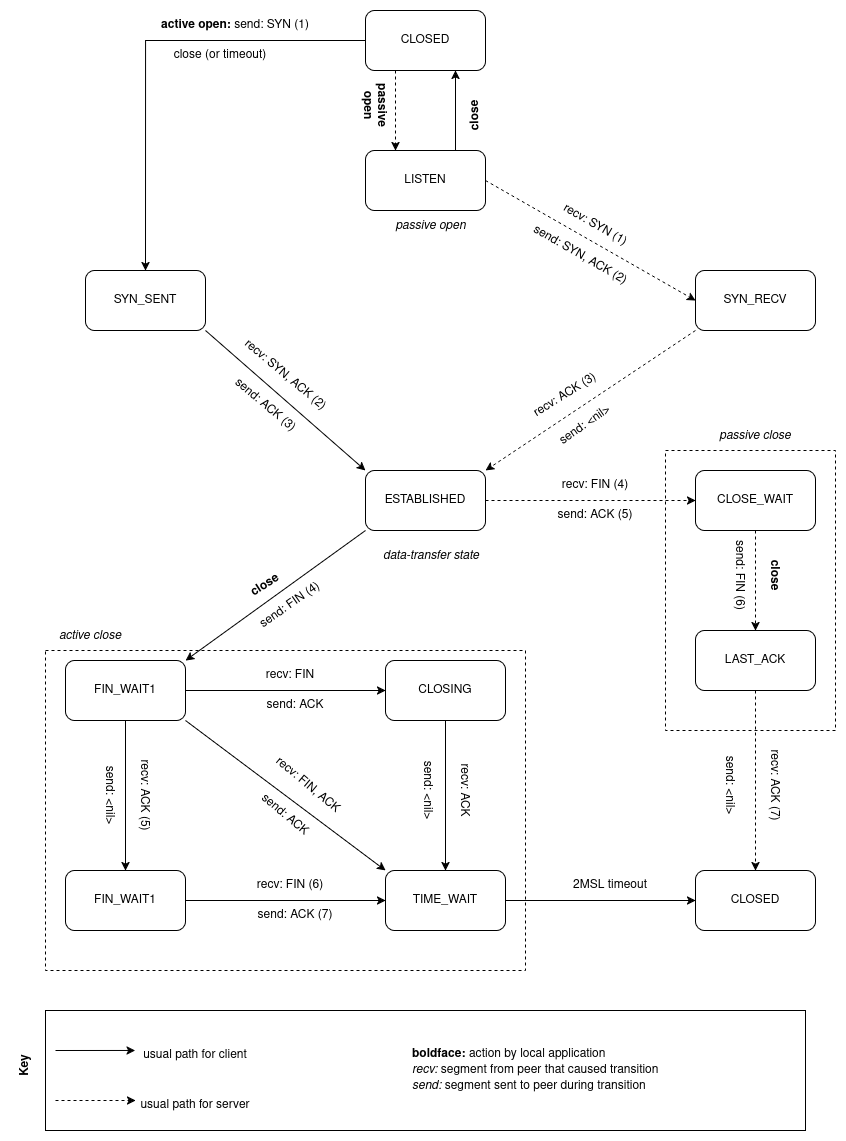
The draw.io diagram docs/assets/tcp_sm.drawio.png in da0p/GithubPage, before a commit. Source tidied: cells renumbered, new cells last; positions are measured from the earlier drawing's top-left corner, leaving out a move shared by most shapes.
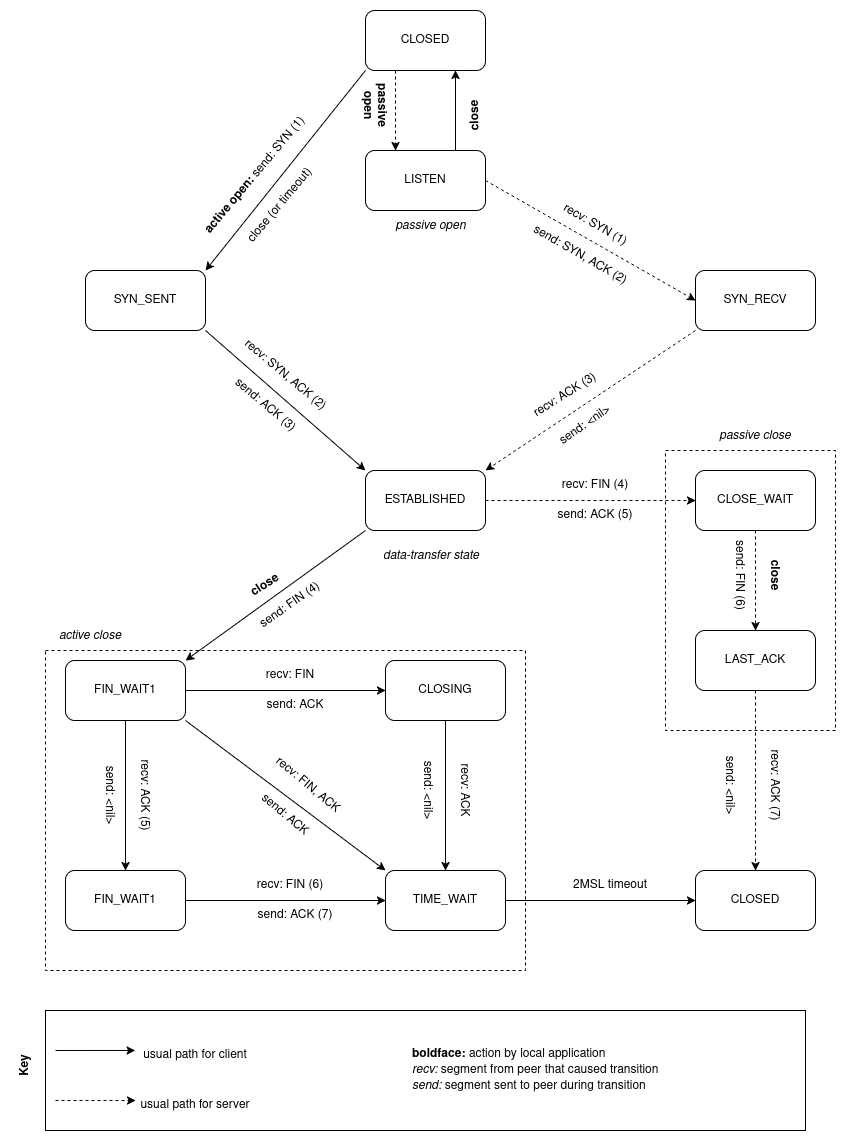
The same diagram one commit later.

What changed in the source:
```diff
@@ -5,9 +5,6 @@
     <mxCell id="2" style="rounded=0;whiteSpace=wrap;html=1;dashed=1;" parent="1" vertex="1">
       <mxGeometry x="670" y="440" width="170" height="280" as="geometry" />
     </mxCell>
-    <mxCell id="3" style="edgeStyle=orthogonalEdgeStyle;rounded=0;jettySize=auto;html=1;exitX=0;exitY=0.5;exitDx=0;exitDy=0;entryX=0.5;entryY=0;entryDx=0;entryDy=0;" parent="1" edge="1" source="5" target="6">
-      <mxGeometry relative="1" as="geometry" />
-    </mxCell>
     <mxCell id="4" style="edgeStyle=orthogonalEdgeStyle;rounded=0;jettySize=auto;html=1;exitX=0.25;exitY=1;exitDx=0;exitDy=0;entryX=0.25;entryY=0;entryDx=0;entryDy=0;dashed=1;" parent="1" edge="1" source="5" target="11">
       <mxGeometry relative="1" as="geometry" />
     </mxCell>
@@ -20,11 +17,11 @@
     <mxCell id="7" value="SYN_RECV" style="rounded=1;whiteSpace=wrap;html=1;" parent="1" vertex="1">
       <mxGeometry x="700" y="260" width="120" height="60" as="geometry" />
     </mxCell>
-    <mxCell id="8" value="&lt;b&gt;active open:&amp;nbsp;&lt;/b&gt;send: SYN (1)" style="text;html=1;align=center;verticalAlign=middle;whiteSpace=wrap;rounded=0;" parent="1" vertex="1">
-      <mxGeometry x="160" width="160" height="30" as="geometry" />
+    <mxCell id="8" value="&lt;b&gt;active open:&amp;nbsp;&lt;/b&gt;send: SYN (1)" style="text;html=1;align=center;verticalAlign=middle;whiteSpace=wrap;rounded=0;rotation=-50;" parent="1" vertex="1">
+      <mxGeometry x="180" y="150" width="160" height="30" as="geometry" />
     </mxCell>
-    <mxCell id="9" value="close (or timeout)" style="text;html=1;align=center;verticalAlign=middle;whiteSpace=wrap;rounded=0;" parent="1" vertex="1">
-      <mxGeometry x="160" y="30" width="130" height="30" as="geometry" />
+    <mxCell id="9" value="close (or timeout)" style="text;html=1;align=center;verticalAlign=middle;whiteSpace=wrap;rounded=0;rotation=-50;" parent="1" vertex="1">
+      <mxGeometry x="220" y="180" width="130" height="30" as="geometry" />
     </mxCell>
     <mxCell id="10" style="edgeStyle=orthogonalEdgeStyle;rounded=0;jettySize=auto;html=1;exitX=0.75;exitY=0;exitDx=0;exitDy=0;entryX=0.75;entryY=1;entryDx=0;entryDy=0;" parent="1" edge="1" source="11" target="5">
       <mxGeometry relative="1" as="geometry" />
@@ -217,5 +214,8 @@
     <mxCell id="71" value="2MSL timeout" style="text;html=1;align=center;verticalAlign=middle;whiteSpace=wrap;rounded=0;" parent="1" vertex="1">
       <mxGeometry x="570" y="860" width="90" height="30" as="geometry" />
     </mxCell>
+    <mxCell id="3" style="endArrow=classic;html=1;rounded=0;entryX=1;entryY=0;entryDx=0;entryDy=0;exitX=0;exitY=1;exitDx=0;exitDy=0;" parent="1" edge="1" source="5" target="6">
+      <mxGeometry relative="1" as="geometry" />
+    </mxCell>
   </root>
 </mxGraphModel>
```
